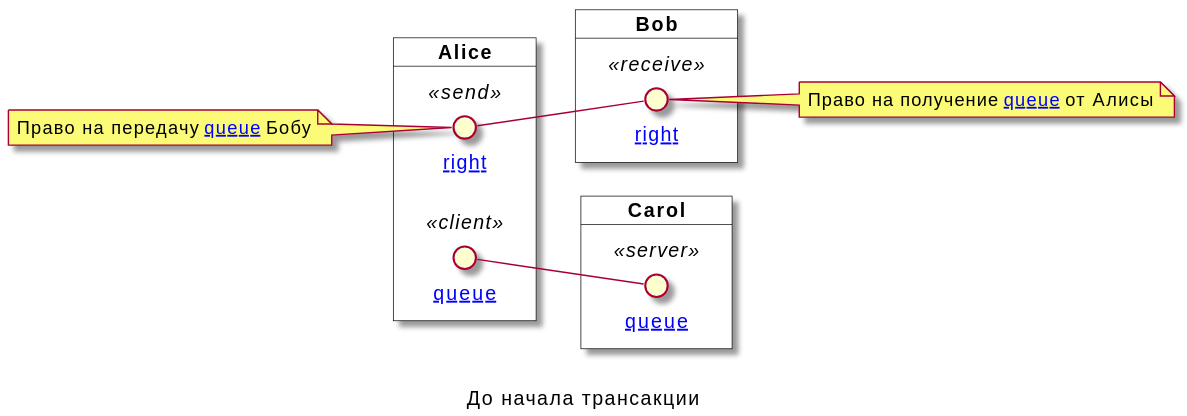
pavetok/pavetok.github.io keeps this PlantUML diagram as src/_includes/diagrams/queue-example/transaction-before.svg. Above is the earlier version. Its source is kept beside it as diagrams/queue-example/transaction-before.puml.
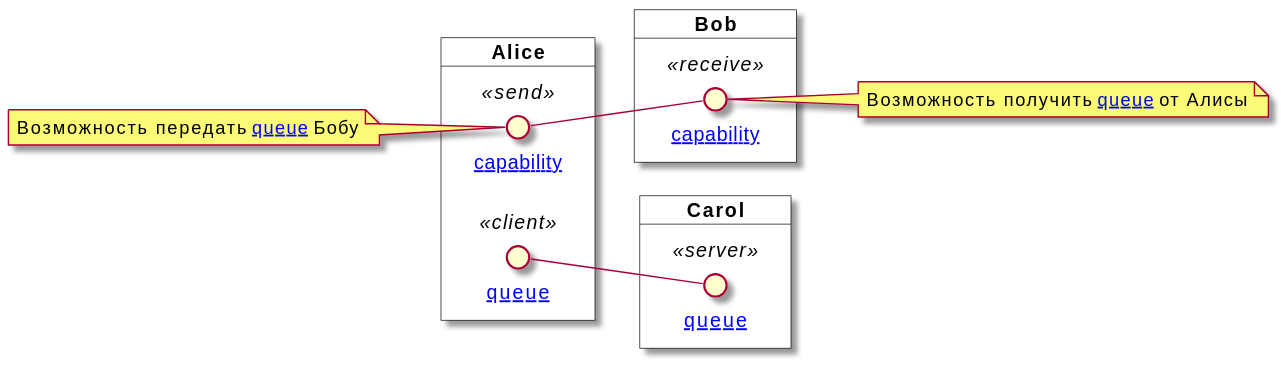
Later version of the same file.

What changed in the source:
```diff
@@ -7,30 +7,28 @@
 }
 
 card Alice {
-    circle "[[/work/transaction-types/queue-example/diagrams/right-send/{right} right]]" as right1 <<send>>
+    circle "[[/work/transaction-types/queue-example/diagrams/capability-send/{capability} capability]]" as capability1 <<send>>
     circle "[[/work/transaction-types/queue-example/diagrams/queue-client/{queue} queue]]" as queue1 <<client>>
 }
 
 note as AliceNote
-  Право на передачу [[/work/transaction-types/queue-example/diagrams/queue-client/{queue} queue]] Бобу
+  Возможность передать [[/work/transaction-types/queue-example/diagrams/queue-client/{queue} queue]] Бобу
 end note
-AliceNote -- right1
+AliceNote -- capability1
 
 card Bob {
-    circle "[[/work/transaction-types/queue-example/diagrams/right-receive/{right} right]]" as right2 <<receive>>
+    circle "[[/work/transaction-types/queue-example/diagrams/capability-receive/{capability} capability]]" as capability2 <<receive>>
 }
 
 note as BobNote
-  Право на получение [[/work/transaction-types/queue-example/diagrams/queue-client/{queue} queue]] от Алисы
+  Возможность получить [[/work/transaction-types/queue-example/diagrams/queue-client/{queue} queue]] от Алисы
 end note
-right2 -- BobNote
+capability2 -- BobNote
 
 card Carol {
     circle "[[/work/transaction-types/queue-example/diagrams/queue-server/{queue} queue]]" as queue2 <<server>>
 }
 
-right1 -- right2
+capability1 -- capability2
 queue1 -- queue2
-
-caption \nДо начала трансакции
 @enduml
```
